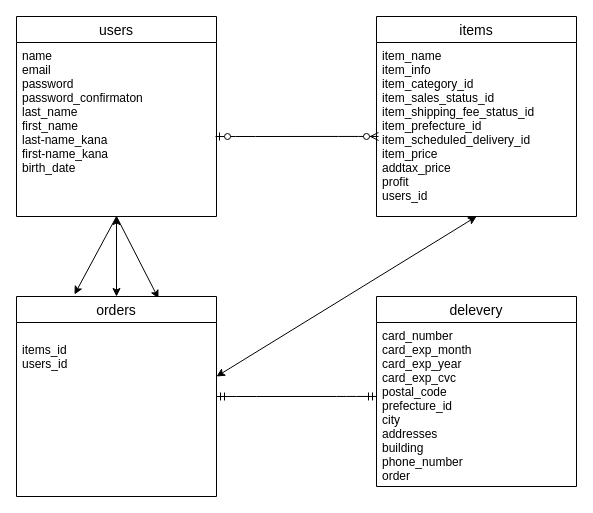
The draw.io diagram page "ページ1" (1 of 2) of test.dio in atumaru/furima-33939, before the edit. Source tidied: cells renumbered, new cells numbered last; positions are measured from the earlier drawing's top-left corner, leaving out a move shared by most shapes. Both pictures are drawn from the tidied source at 100%, with x=0, y=0 at pixel (16, 16).
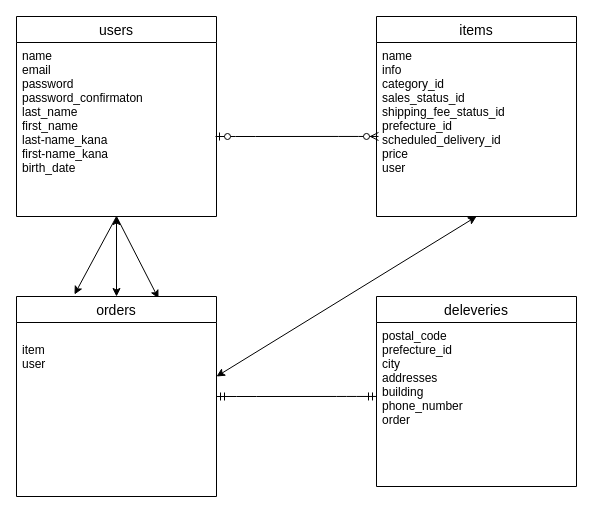
After the change.

The change refers to these unchanged cells:
```xml
<mxCell id="2" value="items" style="swimlane;fontStyle=0;horizontal=1;startSize=26;align=center;fontSize=14;" parent="1" vertex="1">
  <mxGeometry x="360" width="200" height="200" as="geometry" />
</mxCell>
<mxCell id="8" value="orders" style="swimlane;fontStyle=0;horizontal=1;startSize=26;align=center;fontSize=14;" parent="1" vertex="1">
  <mxGeometry y="280" width="200" height="200" as="geometry" />
</mxCell>
```

Diff of the diagram source:
```diff
@@
-    <mxCell id="3" value="item_name&#10;item_info&#10;item_category_id&#10;item_sales_status_id&#10;item_shipping_fee_status_id&#10;item_prefecture_id&#10;item_scheduled_delivery_id&#10;item_price&#10;addtax_price&#10;profit&#10;users_id" style="text;strokeColor=none;fillColor=none;spacingLeft=4;spacingRight=4;overflow=hidden;points=[[0,0.5],[1,0.5]];portConstraint=eastwest;fontSize=12;" parent="2" vertex="1">
+    <mxCell id="3" value="name&#10;info&#10;category_id&#10;sales_status_id&#10;shipping_fee_status_id&#10;prefecture_id&#10;scheduled_delivery_id&#10;price&#10;user" style="text;strokeColor=none;fillColor=none;spacingLeft=4;spacingRight=4;overflow=hidden;points=[[0,0.5],[1,0.5]];portConstraint=eastwest;fontSize=12;" parent="2" vertex="1">
       <mxGeometry y="26" width="200" height="174" as="geometry" />
     </mxCell>
@@
-    <mxCell id="9" value="&#10;items_id&#10;users_id&#10;&#10;&#10;&#10;&#10;" style="text;strokeColor=none;fillColor=none;spacingLeft=4;spacingRight=4;overflow=hidden;fontSize=12;" parent="8" vertex="1">
+    <mxCell id="9" value="&#10;item&#10;user&#10;&#10;&#10;&#10;&#10;" style="text;strokeColor=none;fillColor=none;spacingLeft=4;spacingRight=4;overflow=hidden;fontSize=12;" parent="8" vertex="1">
       <mxGeometry y="26" width="200" height="174" as="geometry" />
     </mxCell>
-    <mxCell id="10" value="delevery" style="swimlane;fontStyle=0;horizontal=1;startSize=26;align=center;fontSize=14;" parent="1" vertex="1">
+    <mxCell id="10" value="deleveries" style="swimlane;fontStyle=0;horizontal=1;startSize=26;align=center;fontSize=14;" parent="1" vertex="1">
       <mxGeometry x="360" y="280" width="200" height="190" as="geometry" />
     </mxCell>
-    <mxCell id="11" value="card_number&#10;card_exp_month&#10;card_exp_year&#10;card_exp_cvc&#10;postal_code&#10;prefecture_id&#10;city&#10;addresses&#10;building&#10;phone_number&#10;order" style="text;strokeColor=none;fillColor=none;spacingLeft=4;spacingRight=4;overflow=hidden;points=[[0,0.5],[1,0.5]];portConstraint=eastwest;fontSize=12;" parent="10" vertex="1">
+    <mxCell id="11" value="postal_code&#10;prefecture_id&#10;city&#10;addresses&#10;building&#10;phone_number&#10;order" style="text;strokeColor=none;fillColor=none;spacingLeft=4;spacingRight=4;overflow=hidden;points=[[0,0.5],[1,0.5]];portConstraint=eastwest;fontSize=12;" parent="10" vertex="1">
       <mxGeometry y="26" width="200" height="164" as="geometry" />
     </mxCell>
```
